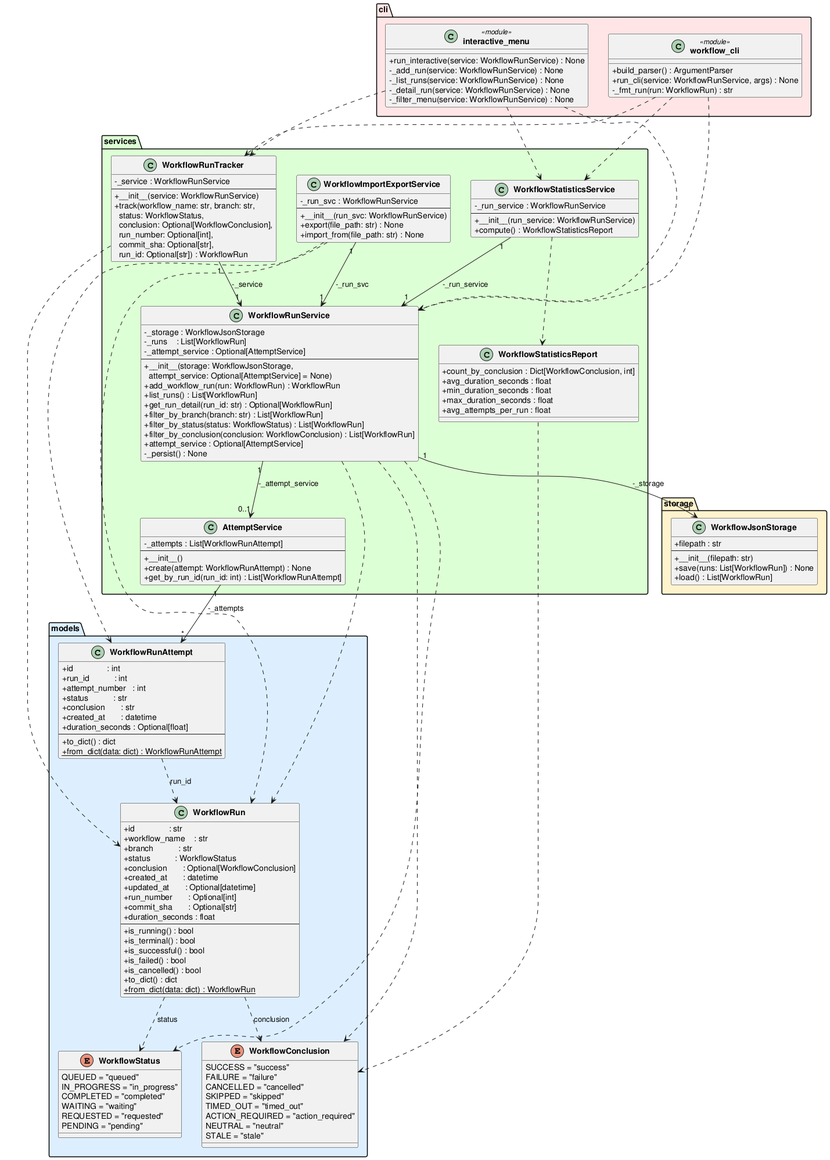
Earlier version of the PlantUML export experiments/broadcast/test_driven/github-workflow-manager/artifacts/class_diagram.png (DanielRiha8906/Software_autoevolution_using_agents).
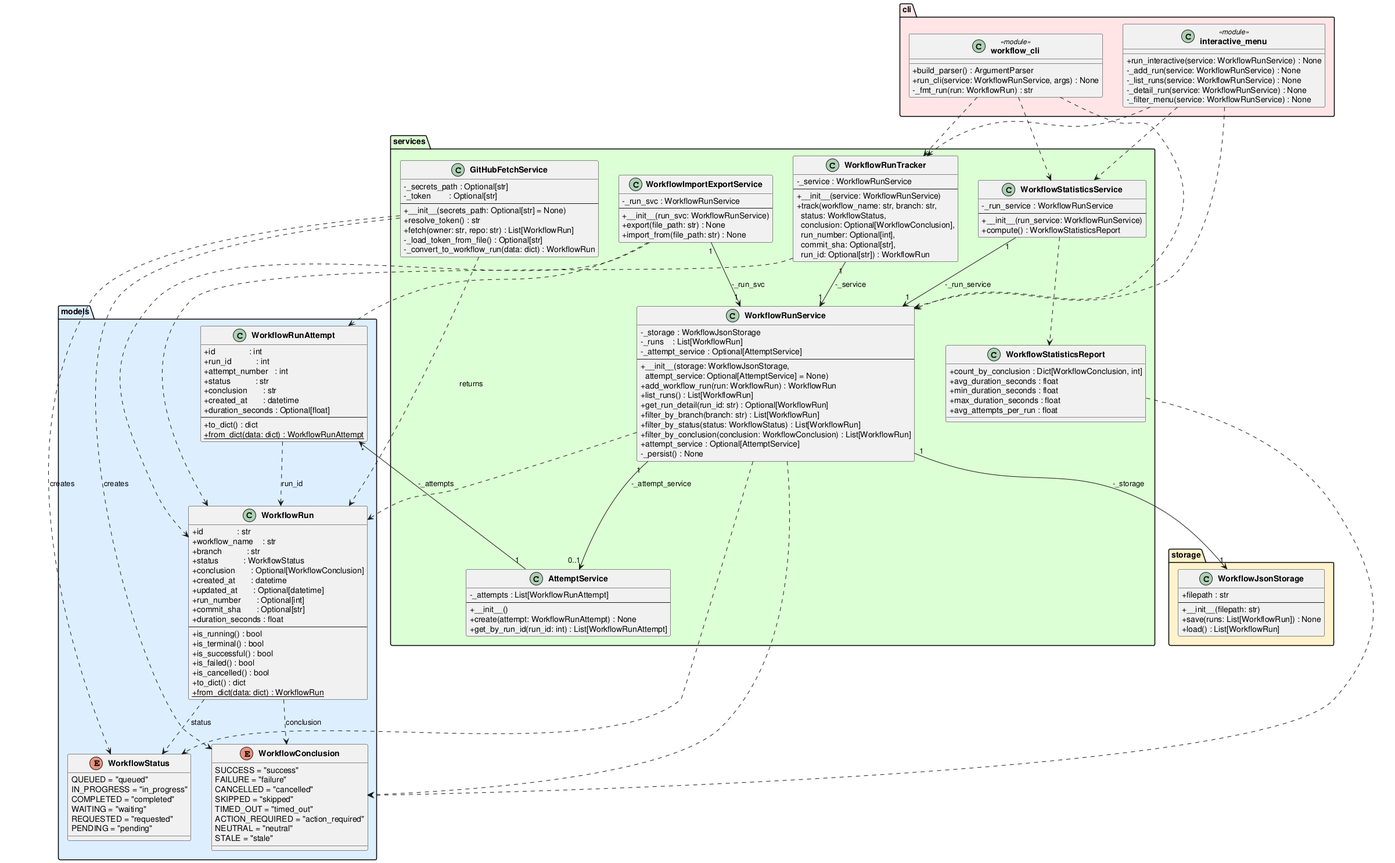
Later version of the same file.

What changed in the source:
```diff
@@ -70,6 +70,17 @@
 }
 
 package "services" #DDFFD4 {
+    class GitHubFetchService {
+        -_secrets_path : Optional[str]
+        -_token        : Optional[str]
+        --
+        +__init__(secrets_path: Optional[str] = None)
+        +resolve_token() : str
+        +fetch(owner: str, repo: str) : List[WorkflowRun]
+        -_load_token_from_file() : Optional[str]
+        -_convert_to_workflow_run(data: dict) : WorkflowRun
+    }
+
     class WorkflowRunService {
         -_storage : WorkflowJsonStorage
         -_runs    : List[WorkflowRun]
@@ -144,6 +155,9 @@
 WorkflowRun                ..>  WorkflowStatus        : status
 WorkflowRun                ..>  WorkflowConclusion    : conclusion
 WorkflowRunAttempt         ..>  WorkflowRun           : run_id
+GitHubFetchService         ..>  WorkflowRun           : returns
+GitHubFetchService         ..>  WorkflowStatus        : creates
+GitHubFetchService         ..>  WorkflowConclusion    : creates
 WorkflowRunService    "1" --> "1" WorkflowJsonStorage : -_storage
 WorkflowRunService    "1" --> "0..1" AttemptService   : -_attempt_service
 WorkflowRunService         ..>  WorkflowRun
```
